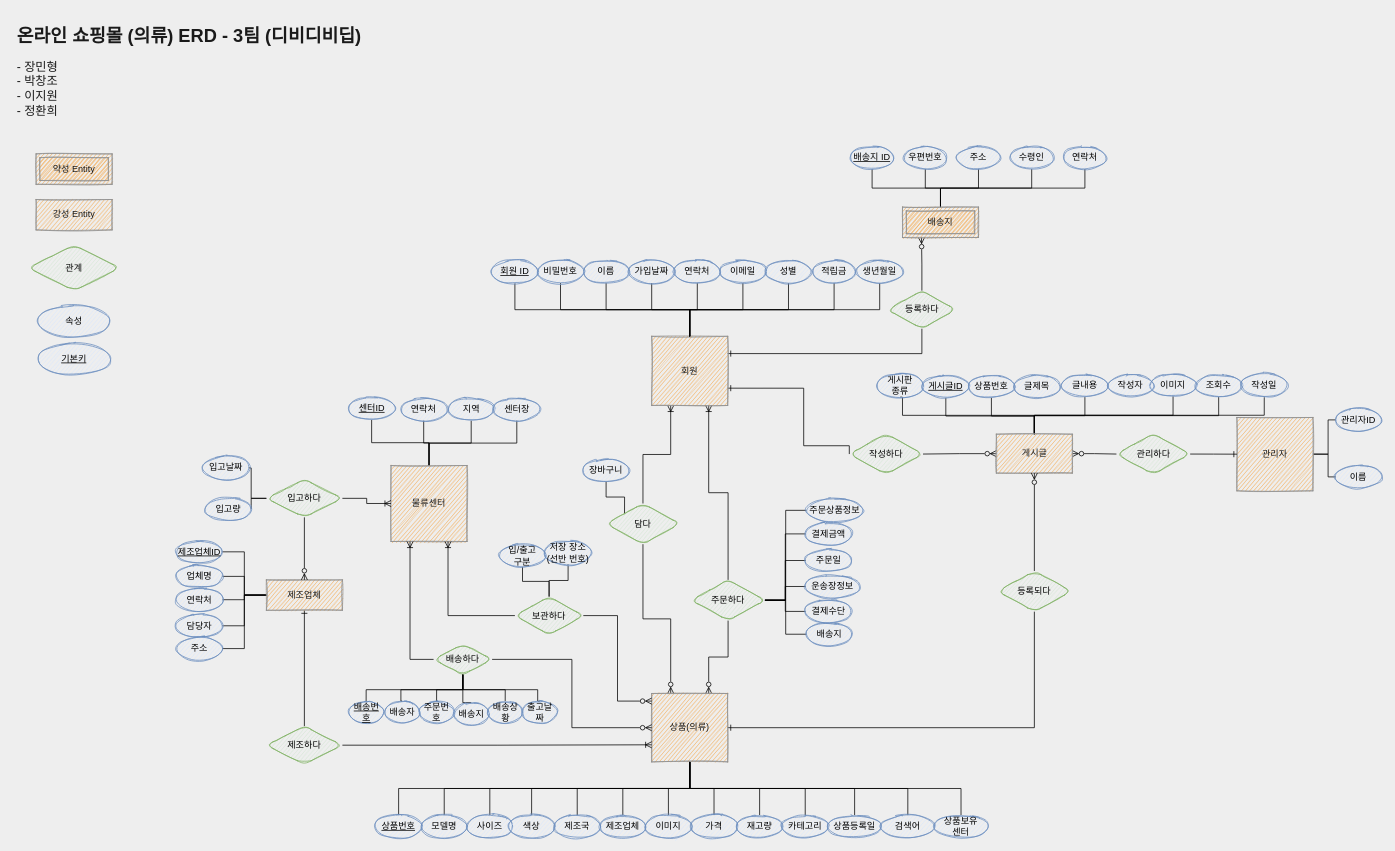
Earlier version of the draw.io diagram page "새로만든ER" (3 of 3) of Untitled Diagram.drawio (pcjo1202/DataBase-design). Source tidied: cells renumbered, new cells numbered last; positions are measured from the earlier drawing's top-left corner, leaving out a move shared by most shapes. Both pictures are drawn from the tidied source at 76%, with x=0, y=0 at pixel (13, 21).
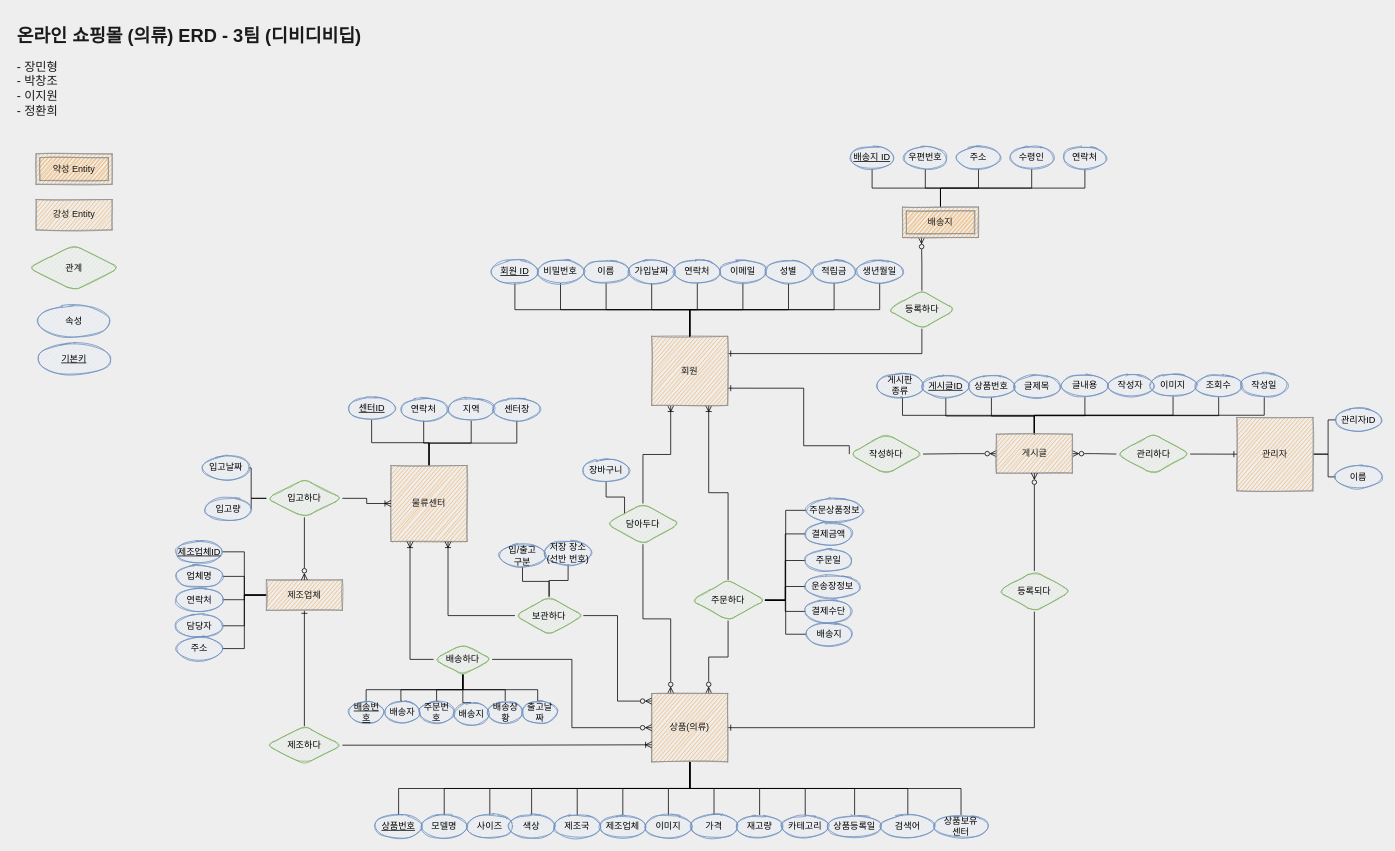
The same diagram, later.

Commit message:
장바구니 관계명 변경

Diff of the diagram source:
```diff
@@
-    <mxCell id="167" value="담다" style="shape=rhombus;perimeter=rhombusPerimeter;whiteSpace=wrap;html=1;align=center;fillColor=#d5e8d4;strokeColor=#82b366;sketch=1;rounded=1;" parent="1" vertex="1">
+    <mxCell id="167" value="담아두다" style="shape=rhombus;perimeter=rhombusPerimeter;whiteSpace=wrap;html=1;align=center;fillColor=#d5e8d4;strokeColor=#82b366;sketch=1;rounded=1;" parent="1" vertex="1">
       <mxGeometry x="780" y="635" width="97" height="53.5" as="geometry" />
     </mxCell>
```
